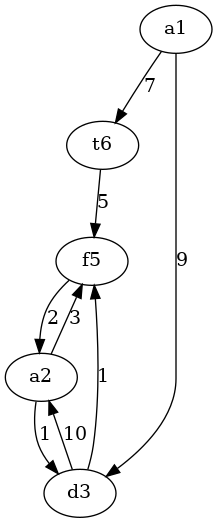
Before: aisd/lab5/labirint.png, a diagram exported from Graphviz (kargamant/my_labs). Its source is kept beside it as aisd/lab5/labirint.dot.
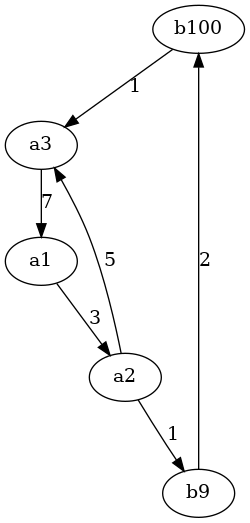
The same file after the commit.

The edit, as a diff of the source:
```diff
@@ -1,15 +1,13 @@
 digraph {
-t6
-t6->f5 [label=5, weight=5]
-d3
-d3->a2 [label=10, weight=10]
-d3->f5 [label=1, weight=1]
-f5
-f5->a2 [label=2, weight=2]
+b100
+b100->a3 [label=1, weight=1]
+b9
+b9->b100 [label=2, weight=2]
 a1
-a1->d3 [label=9, weight=9]
-a1->t6 [label=7, weight=7]
+a1->a2 [label=3, weight=3]
 a2
-a2->f5 [label=3, weight=3]
-a2->d3 [label=1, weight=1]
+a2->a3 [label=5, weight=5]
+a2->b9 [label=1, weight=1]
+a3
+a3->a1 [label=7, weight=7]
 }
```
